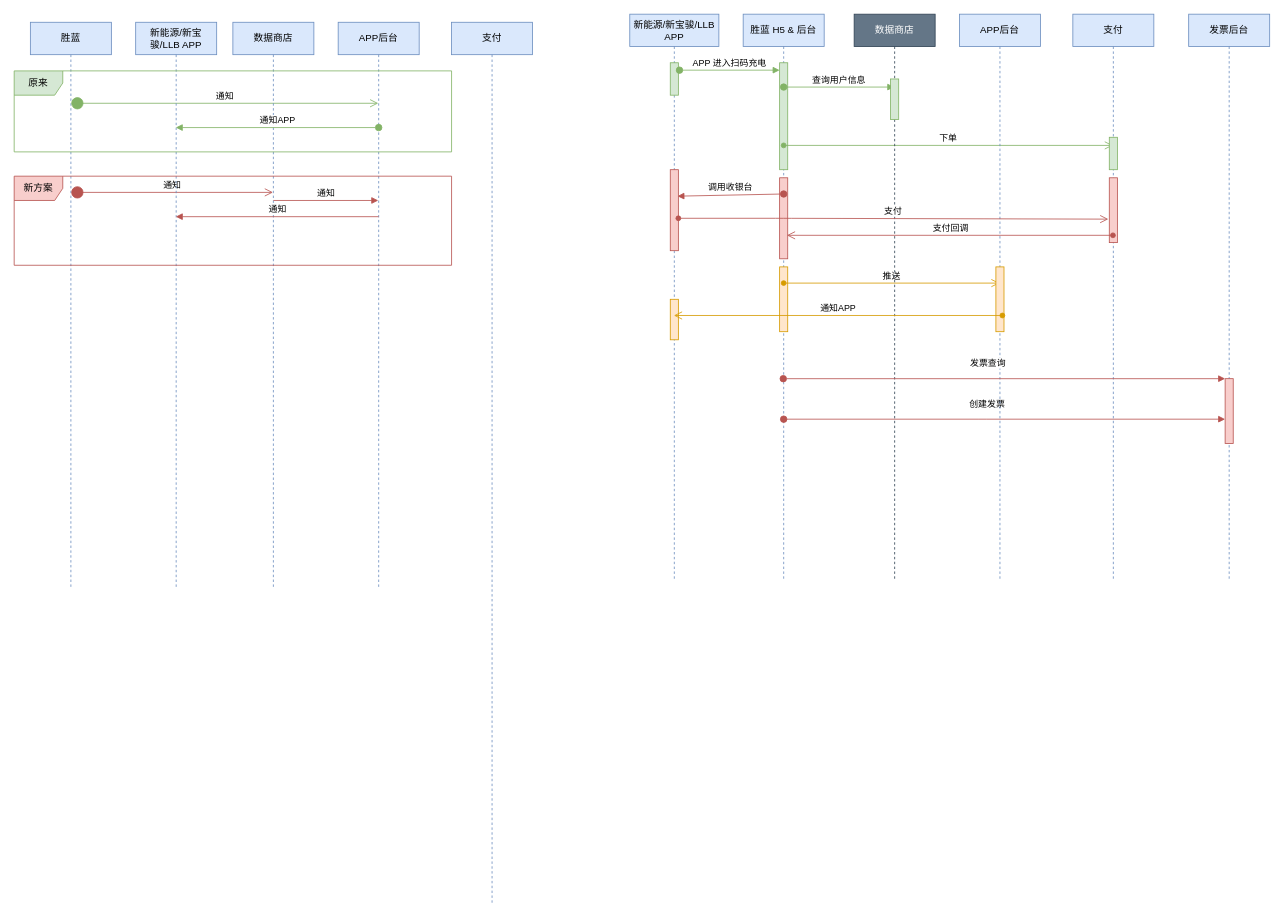
The draw.io diagram 统一接口.drawio in onlymuxia/Markdown, before the edit. Source tidied: cells renumbered, new cells numbered last; positions are measured from the earlier drawing's top-left corner, leaving out a move shared by most shapes. Both pictures are drawn from the tidied source at 81%, with x=0, y=0 at pixel (14, 14).
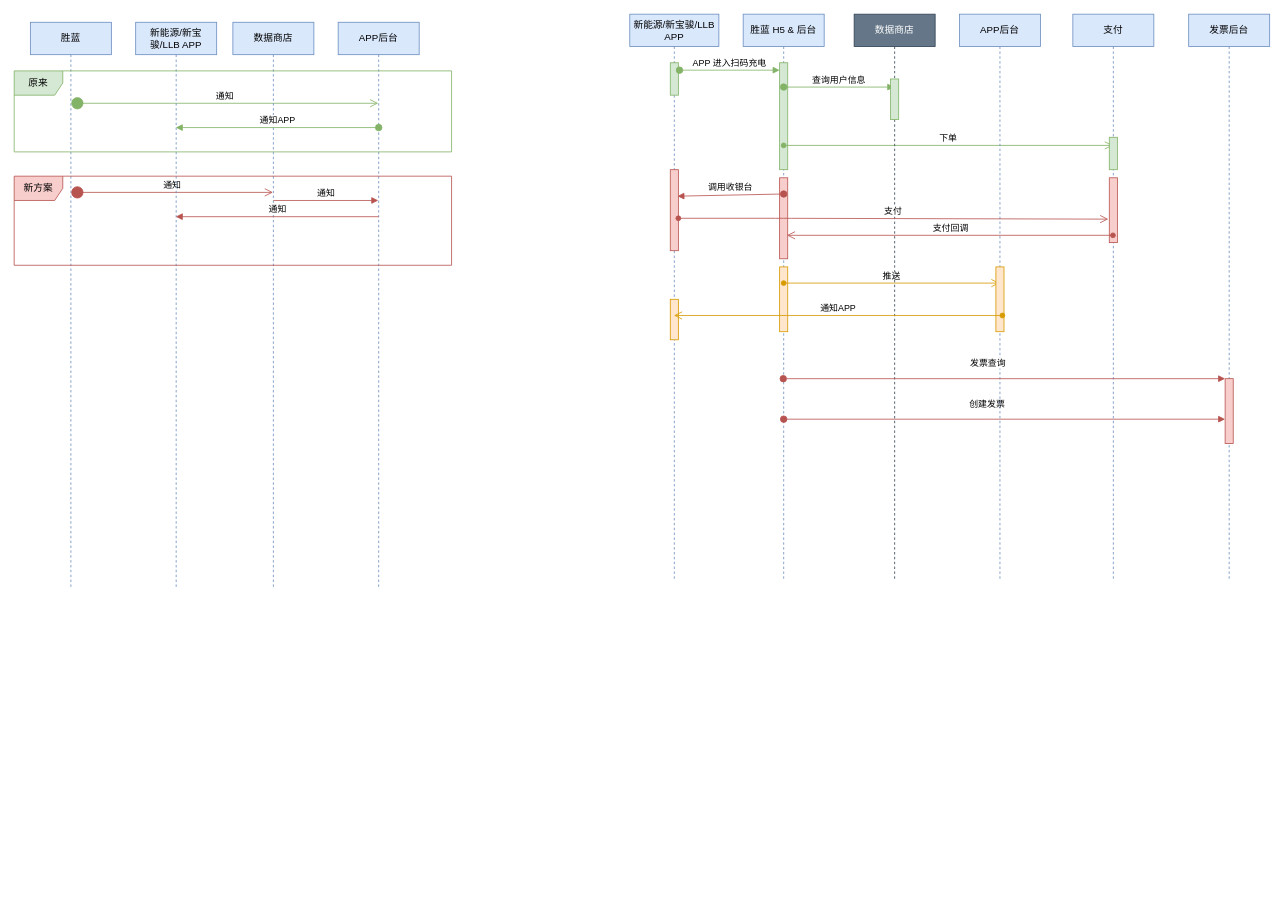
After the change.

The edit, as a diff of the source:
```diff
@@
-    <mxCell id="13" value="支付" style="shape=umlLifeline;perimeter=lifelinePerimeter;whiteSpace=wrap;html=1;align=center;fillColor=#dae8fc;strokeColor=#6c8ebf;" parent="1" vertex="1">
-      <mxGeometry x="540" y="10" width="100" height="1090" as="geometry" />
-    </mxCell>
```
